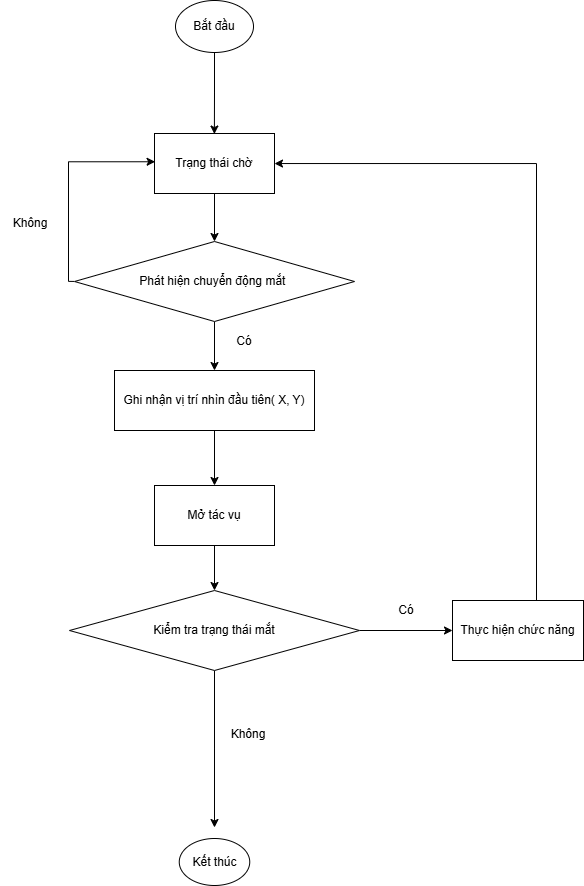
The draw.io diagram resource/workflow.png in founupt/Eyes-interacting, before a commit. Source tidied: cells renumbered, new cells last; positions are measured from the earlier drawing's top-left corner, leaving out a move shared by most shapes. The source it was exported from:
```xml
<mxGraphModel background="#FFFFFF">
  <root>
    <mxCell id="0" />
    <mxCell id="1" parent="0" />
    <mxCell id="2" style="edgeStyle=orthogonalEdgeStyle;rounded=0;jettySize=auto;html=1;exitX=0.5;exitY=1;exitDx=0;exitDy=0;entryX=0.499;entryY=0.009;entryDx=0;entryDy=0;entryPerimeter=0;" parent="1" edge="1" source="3" target="19">
      <mxGeometry relative="1" as="geometry" />
    </mxCell>
    <mxCell id="3" value="Bắt đầu" style="ellipse;whiteSpace=wrap;html=1;" parent="1" vertex="1">
      <mxGeometry x="175" width="78" height="52" as="geometry" />
    </mxCell>
    <mxCell id="4" style="edgeStyle=orthogonalEdgeStyle;rounded=0;jettySize=auto;html=1;entryX=0.5;entryY=0;entryDx=0;entryDy=0;" parent="1" edge="1" source="6" target="15">
      <mxGeometry relative="1" as="geometry" />
    </mxCell>
    <mxCell id="5" style="edgeStyle=orthogonalEdgeStyle;rounded=0;jettySize=auto;html=1;entryX=0.005;entryY=0.471;entryDx=0;entryDy=0;entryPerimeter=0;exitX=-0.002;exitY=0.499;exitDx=0;exitDy=0;exitPerimeter=0;" parent="1" edge="1" source="6" target="19">
      <mxGeometry relative="1" as="geometry">
        <Array as="points">
          <mxPoint x="68" y="281" />
          <mxPoint x="68" y="161" />
        </Array>
      </mxGeometry>
    </mxCell>
    <mxCell id="6" value="Phát hiện chuyển động mắt&amp;nbsp;" style="rhombus;whiteSpace=wrap;html=1;" parent="1" vertex="1">
      <mxGeometry x="74" y="241" width="280" height="80" as="geometry" />
    </mxCell>
    <mxCell id="7" style="edgeStyle=orthogonalEdgeStyle;rounded=0;jettySize=auto;html=1;exitX=0.5;exitY=1;exitDx=0;exitDy=0;" parent="1" edge="1" source="8" target="11">
      <mxGeometry relative="1" as="geometry" />
    </mxCell>
    <mxCell id="8" value="Mở tác vụ" style="rounded=0;whiteSpace=wrap;html=1;" parent="1" vertex="1">
      <mxGeometry x="154" y="485" width="120" height="60" as="geometry" />
    </mxCell>
    <mxCell id="9" style="edgeStyle=orthogonalEdgeStyle;rounded=0;jettySize=auto;html=1;" parent="1" edge="1" source="11" target="13">
      <mxGeometry relative="1" as="geometry" />
    </mxCell>
    <mxCell id="10" style="edgeStyle=orthogonalEdgeStyle;rounded=0;jettySize=auto;html=1;" parent="1" edge="1" source="11">
      <mxGeometry relative="1" as="geometry">
        <mxPoint x="214" y="827" as="targetPoint" />
      </mxGeometry>
    </mxCell>
    <mxCell id="11" value="Kiểm tra trạng thái mắt" style="rhombus;whiteSpace=wrap;html=1;" parent="1" vertex="1">
      <mxGeometry x="69" y="590" width="290" height="80" as="geometry" />
    </mxCell>
    <mxCell id="12" style="edgeStyle=orthogonalEdgeStyle;rounded=0;jettySize=auto;html=1;" parent="1" edge="1" source="13" target="19">
      <mxGeometry relative="1" as="geometry">
        <Array as="points">
          <mxPoint x="536" y="163" />
        </Array>
      </mxGeometry>
    </mxCell>
    <mxCell id="13" value="Thực hiện chức năng" style="rounded=0;whiteSpace=wrap;html=1;" parent="1" vertex="1">
      <mxGeometry x="452" y="600" width="131" height="60" as="geometry" />
    </mxCell>
    <mxCell id="14" style="edgeStyle=orthogonalEdgeStyle;rounded=0;jettySize=auto;html=1;exitX=0.5;exitY=1;exitDx=0;exitDy=0;entryX=0.5;entryY=0;entryDx=0;entryDy=0;" parent="1" edge="1" source="15" target="8">
      <mxGeometry relative="1" as="geometry" />
    </mxCell>
    <mxCell id="15" value="Ghi nhận vị trí nhìn đầu tiên( X, Y)" style="rounded=0;whiteSpace=wrap;html=1;" parent="1" vertex="1">
      <mxGeometry x="114" y="370" width="200" height="60" as="geometry" />
    </mxCell>
    <mxCell id="16" value="Không" style="text;html=1;align=center;verticalAlign=middle;whiteSpace=wrap;rounded=0;" parent="1" vertex="1">
      <mxGeometry x="218" y="719" width="60" height="30" as="geometry" />
    </mxCell>
    <mxCell id="17" value="Có" style="text;html=1;align=center;verticalAlign=middle;whiteSpace=wrap;rounded=0;" parent="1" vertex="1">
      <mxGeometry x="376" y="595" width="60" height="30" as="geometry" />
    </mxCell>
    <mxCell id="18" style="edgeStyle=orthogonalEdgeStyle;rounded=0;jettySize=auto;html=1;" parent="1" edge="1" source="19" target="6">
      <mxGeometry relative="1" as="geometry" />
    </mxCell>
    <mxCell id="19" value="Trạng thái chờ" style="rounded=0;whiteSpace=wrap;html=1;" parent="1" vertex="1">
      <mxGeometry x="154" y="133" width="120" height="60" as="geometry" />
    </mxCell>
    <mxCell id="20" value="Có" style="text;html=1;align=center;verticalAlign=middle;whiteSpace=wrap;rounded=0;" parent="1" vertex="1">
      <mxGeometry x="214" y="326" width="60" height="30" as="geometry" />
    </mxCell>
    <mxCell id="21" value="Không" style="text;html=1;align=center;verticalAlign=middle;whiteSpace=wrap;rounded=0;" parent="1" vertex="1">
      <mxGeometry y="208" width="60" height="30" as="geometry" />
    </mxCell>
    <mxCell id="22" value="Kết thúc" style="ellipse;whiteSpace=wrap;html=1;" parent="1" vertex="1">
      <mxGeometry x="178.8" y="838" width="70.5" height="47" as="geometry" />
    </mxCell>
  </root>
</mxGraphModel>
```
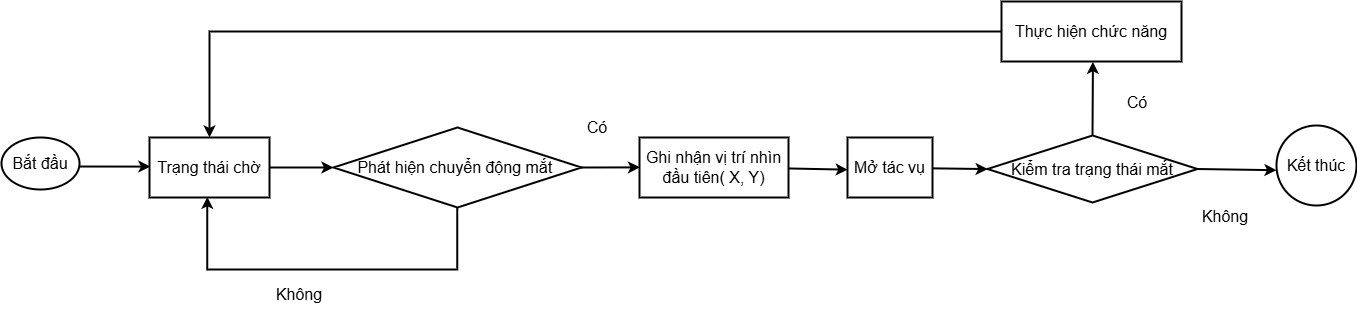
Above is the later version.

Change to the diagram source:
```diff
@@ -2,79 +2,75 @@
   <root>
     <mxCell id="0" />
     <mxCell id="1" parent="0" />
-    <mxCell id="2" style="edgeStyle=orthogonalEdgeStyle;rounded=0;jettySize=auto;html=1;exitX=0.5;exitY=1;exitDx=0;exitDy=0;entryX=0.499;entryY=0.009;entryDx=0;entryDy=0;entryPerimeter=0;" parent="1" edge="1" source="3" target="19">
+    <mxCell id="2" style="rounded=0;jettySize=auto;html=1;exitX=1;exitY=0.558;exitDx=0;exitDy=0;entryX=0.007;entryY=0.485;entryDx=0;entryDy=0;entryPerimeter=0;exitPerimeter=0;strokeWidth=2;" parent="1" edge="1" source="3" target="19">
       <mxGeometry relative="1" as="geometry" />
     </mxCell>
-    <mxCell id="3" value="Bắt đầu" style="ellipse;whiteSpace=wrap;html=1;" parent="1" vertex="1">
-      <mxGeometry x="175" width="78" height="52" as="geometry" />
+    <mxCell id="3" value="&lt;font style=&quot;font-size: 16px;&quot;&gt;Bắt đầu&lt;/font&gt;" style="ellipse;whiteSpace=wrap;html=1;strokeWidth=2;" parent="1" vertex="1">
+      <mxGeometry x="-520" y="204" width="78" height="52" as="geometry" />
     </mxCell>
-    <mxCell id="4" style="edgeStyle=orthogonalEdgeStyle;rounded=0;jettySize=auto;html=1;entryX=0.5;entryY=0;entryDx=0;entryDy=0;" parent="1" edge="1" source="6" target="15">
-      <mxGeometry relative="1" as="geometry" />
-    </mxCell>
-    <mxCell id="5" style="edgeStyle=orthogonalEdgeStyle;rounded=0;jettySize=auto;html=1;entryX=0.005;entryY=0.471;entryDx=0;entryDy=0;entryPerimeter=0;exitX=-0.002;exitY=0.499;exitDx=0;exitDy=0;exitPerimeter=0;" parent="1" edge="1" source="6" target="19">
-      <mxGeometry relative="1" as="geometry">
-        <Array as="points">
-          <mxPoint x="68" y="281" />
-          <mxPoint x="68" y="161" />
-        </Array>
-      </mxGeometry>
-    </mxCell>
-    <mxCell id="6" value="Phát hiện chuyển động mắt&amp;nbsp;" style="rhombus;whiteSpace=wrap;html=1;" parent="1" vertex="1">
-      <mxGeometry x="74" y="241" width="280" height="80" as="geometry" />
+    <mxCell id="6" value="&lt;font style=&quot;font-size: 16px;&quot;&gt;Phát hiện chuyển động mắt&amp;nbsp;&lt;/font&gt;" style="rhombus;whiteSpace=wrap;html=1;strokeWidth=2;" parent="1" vertex="1">
+      <mxGeometry x="-188" y="194" width="248" height="80" as="geometry" />
     </mxCell>
-    <mxCell id="7" style="edgeStyle=orthogonalEdgeStyle;rounded=0;jettySize=auto;html=1;exitX=0.5;exitY=1;exitDx=0;exitDy=0;" parent="1" edge="1" source="8" target="11">
-      <mxGeometry relative="1" as="geometry" />
-    </mxCell>
-    <mxCell id="8" value="Mở tác vụ" style="rounded=0;whiteSpace=wrap;html=1;" parent="1" vertex="1">
-      <mxGeometry x="154" y="485" width="120" height="60" as="geometry" />
+    <mxCell id="8" value="&lt;font style=&quot;font-size: 16px;&quot;&gt;Mở tác vụ&lt;/font&gt;" style="rounded=0;whiteSpace=wrap;html=1;strokeWidth=2;" parent="1" vertex="1">
+      <mxGeometry x="326" y="204" width="85" height="60" as="geometry" />
     </mxCell>
-    <mxCell id="9" style="edgeStyle=orthogonalEdgeStyle;rounded=0;jettySize=auto;html=1;" parent="1" edge="1" source="11" target="13">
-      <mxGeometry relative="1" as="geometry" />
-    </mxCell>
-    <mxCell id="10" style="edgeStyle=orthogonalEdgeStyle;rounded=0;jettySize=auto;html=1;" parent="1" edge="1" source="11">
-      <mxGeometry relative="1" as="geometry">
-        <mxPoint x="214" y="827" as="targetPoint" />
-      </mxGeometry>
-    </mxCell>
-    <mxCell id="11" value="Kiểm tra trạng thái mắt" style="rhombus;whiteSpace=wrap;html=1;" parent="1" vertex="1">
-      <mxGeometry x="69" y="590" width="290" height="80" as="geometry" />
+    <mxCell id="11" value="&lt;font style=&quot;font-size: 16px;&quot;&gt;Kiểm tra trạng thái mắt&lt;/font&gt;" style="rhombus;whiteSpace=wrap;html=1;strokeWidth=2;" parent="1" vertex="1">
+      <mxGeometry x="466" y="202" width="210" height="67" as="geometry" />
     </mxCell>
-    <mxCell id="12" style="edgeStyle=orthogonalEdgeStyle;rounded=0;jettySize=auto;html=1;" parent="1" edge="1" source="13" target="19">
-      <mxGeometry relative="1" as="geometry">
-        <Array as="points">
-          <mxPoint x="536" y="163" />
-        </Array>
-      </mxGeometry>
-    </mxCell>
-    <mxCell id="13" value="Thực hiện chức năng" style="rounded=0;whiteSpace=wrap;html=1;" parent="1" vertex="1">
-      <mxGeometry x="452" y="600" width="131" height="60" as="geometry" />
+    <mxCell id="13" value="&lt;font style=&quot;font-size: 16px;&quot;&gt;Thực hiện chức năng&lt;/font&gt;" style="rounded=0;whiteSpace=wrap;html=1;strokeWidth=2;" parent="1" vertex="1">
+      <mxGeometry x="480" y="68" width="180" height="60" as="geometry" />
     </mxCell>
-    <mxCell id="14" style="edgeStyle=orthogonalEdgeStyle;rounded=0;jettySize=auto;html=1;exitX=0.5;exitY=1;exitDx=0;exitDy=0;entryX=0.5;entryY=0;entryDx=0;entryDy=0;" parent="1" edge="1" source="15" target="8">
-      <mxGeometry relative="1" as="geometry" />
-    </mxCell>
-    <mxCell id="15" value="Ghi nhận vị trí nhìn đầu tiên( X, Y)" style="rounded=0;whiteSpace=wrap;html=1;" parent="1" vertex="1">
-      <mxGeometry x="114" y="370" width="200" height="60" as="geometry" />
+    <mxCell id="15" value="&lt;font style=&quot;font-size: 16px;&quot;&gt;Ghi nhận vị trí nhìn đầu tiên( X, Y)&lt;/font&gt;" style="rounded=0;whiteSpace=wrap;html=1;strokeWidth=2;" parent="1" vertex="1">
+      <mxGeometry x="118" y="204" width="149" height="60" as="geometry" />
     </mxCell>
-    <mxCell id="16" value="Không" style="text;html=1;align=center;verticalAlign=middle;whiteSpace=wrap;rounded=0;" parent="1" vertex="1">
-      <mxGeometry x="218" y="719" width="60" height="30" as="geometry" />
-    </mxCell>
-    <mxCell id="17" value="Có" style="text;html=1;align=center;verticalAlign=middle;whiteSpace=wrap;rounded=0;" parent="1" vertex="1">
-      <mxGeometry x="376" y="595" width="60" height="30" as="geometry" />
-    </mxCell>
-    <mxCell id="18" style="edgeStyle=orthogonalEdgeStyle;rounded=0;jettySize=auto;html=1;" parent="1" edge="1" source="19" target="6">
+    <mxCell id="18" style="edgeStyle=orthogonalEdgeStyle;rounded=0;jettySize=auto;html=1;strokeWidth=2;" parent="1" edge="1" source="19" target="6">
       <mxGeometry relative="1" as="geometry" />
     </mxCell>
-    <mxCell id="19" value="Trạng thái chờ" style="rounded=0;whiteSpace=wrap;html=1;" parent="1" vertex="1">
-      <mxGeometry x="154" y="133" width="120" height="60" as="geometry" />
+    <mxCell id="19" value="&lt;font style=&quot;font-size: 16px;&quot;&gt;Trạng thái chờ&lt;/font&gt;" style="rounded=0;whiteSpace=wrap;html=1;strokeWidth=2;" parent="1" vertex="1">
+      <mxGeometry x="-372" y="204" width="120" height="60" as="geometry" />
     </mxCell>
-    <mxCell id="20" value="Có" style="text;html=1;align=center;verticalAlign=middle;whiteSpace=wrap;rounded=0;" parent="1" vertex="1">
-      <mxGeometry x="214" y="326" width="60" height="30" as="geometry" />
+    <mxCell id="20" value="&lt;font style=&quot;font-size: 16px;&quot;&gt;Có&lt;/font&gt;" style="text;html=1;align=center;verticalAlign=middle;whiteSpace=wrap;rounded=0;strokeWidth=2;" parent="1" vertex="1">
+      <mxGeometry x="46" y="179" width="60" height="30" as="geometry" />
     </mxCell>
-    <mxCell id="21" value="Không" style="text;html=1;align=center;verticalAlign=middle;whiteSpace=wrap;rounded=0;" parent="1" vertex="1">
-      <mxGeometry y="208" width="60" height="30" as="geometry" />
+    <mxCell id="21" value="&lt;font style=&quot;font-size: 16px;&quot;&gt;Không&lt;/font&gt;" style="text;html=1;align=center;verticalAlign=middle;whiteSpace=wrap;rounded=0;strokeWidth=2;" parent="1" vertex="1">
+      <mxGeometry x="-252" y="346" width="60" height="30" as="geometry" />
     </mxCell>
-    <mxCell id="22" value="Kết thúc" style="ellipse;whiteSpace=wrap;html=1;" parent="1" vertex="1">
-      <mxGeometry x="178.8" y="838" width="70.5" height="47" as="geometry" />
+    <mxCell id="22" value="&lt;font style=&quot;font-size: 16px;&quot;&gt;Kết thúc&lt;/font&gt;" style="ellipse;whiteSpace=wrap;html=1;strokeWidth=2;" parent="1" vertex="1">
+      <mxGeometry x="755" y="192" width="80" height="80" as="geometry" />
     </mxCell>
+    <mxCell id="5" style="endArrow=classic;html=1;rounded=0;exitX=0.499;exitY=1.003;exitDx=0;exitDy=0;exitPerimeter=0;entryX=0.482;entryY=0.99;entryDx=0;entryDy=0;entryPerimeter=0;edgeStyle=orthogonalEdgeStyle;strokeWidth=2;" parent="1" edge="1" source="6" target="19">
+      <mxGeometry relative="1" as="geometry">
+        <Array as="points">
+          <mxPoint x="-64" y="336" />
+          <mxPoint x="-314" y="336" />
+        </Array>
+      </mxGeometry>
+    </mxCell>
+    <mxCell id="4" style="endArrow=classic;html=1;rounded=0;entryX=0.003;entryY=0.498;entryDx=0;entryDy=0;entryPerimeter=0;exitX=0.997;exitY=0.5;exitDx=0;exitDy=0;exitPerimeter=0;strokeWidth=2;" parent="1" edge="1" source="6" target="15">
+      <mxGeometry relative="1" as="geometry" />
+    </mxCell>
+    <mxCell id="14" style="endArrow=classic;html=1;rounded=0;exitX=1;exitY=0.516;exitDx=0;exitDy=0;exitPerimeter=0;strokeWidth=2;entryX=0.003;entryY=0.536;entryDx=0;entryDy=0;entryPerimeter=0;" parent="1" edge="1" source="15" target="8">
+      <mxGeometry relative="1" as="geometry" />
+    </mxCell>
+    <mxCell id="7" style="endArrow=classic;html=1;rounded=0;exitX=0.994;exitY=0.514;exitDx=0;exitDy=0;exitPerimeter=0;entryX=0.001;entryY=0.501;entryDx=0;entryDy=0;entryPerimeter=0;strokeWidth=2;" parent="1" edge="1" source="8" target="11">
+      <mxGeometry relative="1" as="geometry" />
+    </mxCell>
+    <mxCell id="9" style="endArrow=classic;html=1;rounded=0;entryX=0.508;entryY=1.006;entryDx=0;entryDy=0;entryPerimeter=0;exitX=0.5;exitY=0.005;exitDx=0;exitDy=0;exitPerimeter=0;strokeWidth=2;" parent="1" edge="1" source="11" target="13">
+      <mxGeometry relative="1" as="geometry" />
+    </mxCell>
+    <mxCell id="23" style="endArrow=classic;html=1;rounded=0;exitX=0.996;exitY=0.5;exitDx=0;exitDy=0;exitPerimeter=0;entryX=0.04;entryY=0.553;entryDx=0;entryDy=0;entryPerimeter=0;strokeWidth=2;" parent="1" edge="1" source="11">
+      <mxGeometry relative="1" as="geometry">
+        <mxPoint x="755" y="236.7" as="targetPoint" />
+      </mxGeometry>
+    </mxCell>
+    <mxCell id="12" style="endArrow=classic;html=1;rounded=0;edgeStyle=orthogonalEdgeStyle;strokeWidth=2;" parent="1" edge="1" source="13" target="19">
+      <mxGeometry relative="1" as="geometry" />
+    </mxCell>
+    <mxCell id="17" value="&lt;font style=&quot;font-size: 16px;&quot;&gt;Có&lt;/font&gt;" style="text;html=1;align=center;verticalAlign=middle;whiteSpace=wrap;rounded=0;strokeWidth=2;" parent="1" vertex="1">
+      <mxGeometry x="586" y="154" width="60" height="30" as="geometry" />
+    </mxCell>
+    <mxCell id="16" value="&lt;font style=&quot;font-size: 16px;&quot;&gt;Không&lt;/font&gt;" style="text;html=1;align=center;verticalAlign=middle;whiteSpace=wrap;rounded=0;strokeWidth=2;" parent="1" vertex="1">
+      <mxGeometry x="674" y="268" width="60" height="30" as="geometry" />
+    </mxCell>
   </root>
 </mxGraphModel>
```
